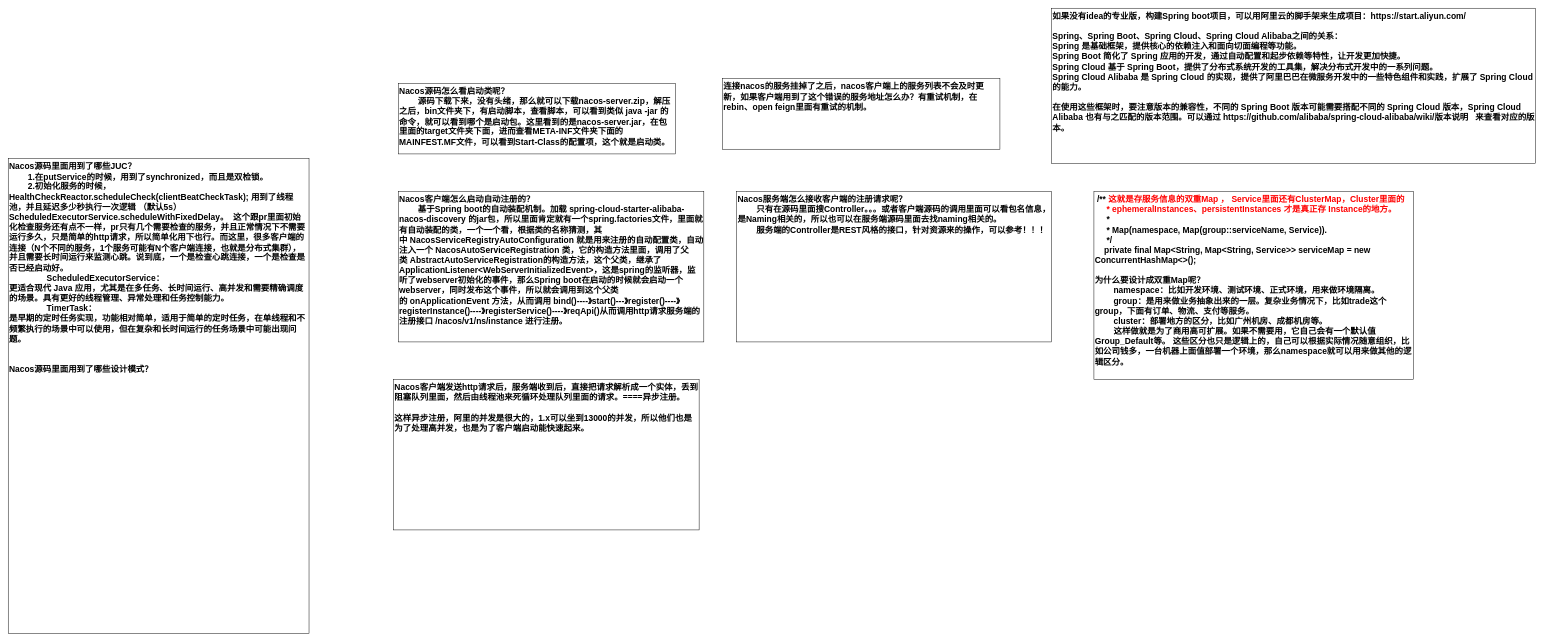
Earlier version of the draw.io diagram JAVA/Nacos.drawio (KGwolf/MyDraw). Source tidied: cells renumbered, new cells numbered last; positions are measured from the earlier drawing's top-left corner, leaving out a move shared by most shapes. Both pictures are drawn from the tidied source at 47%, with x=0, y=0 at pixel (8, 8).
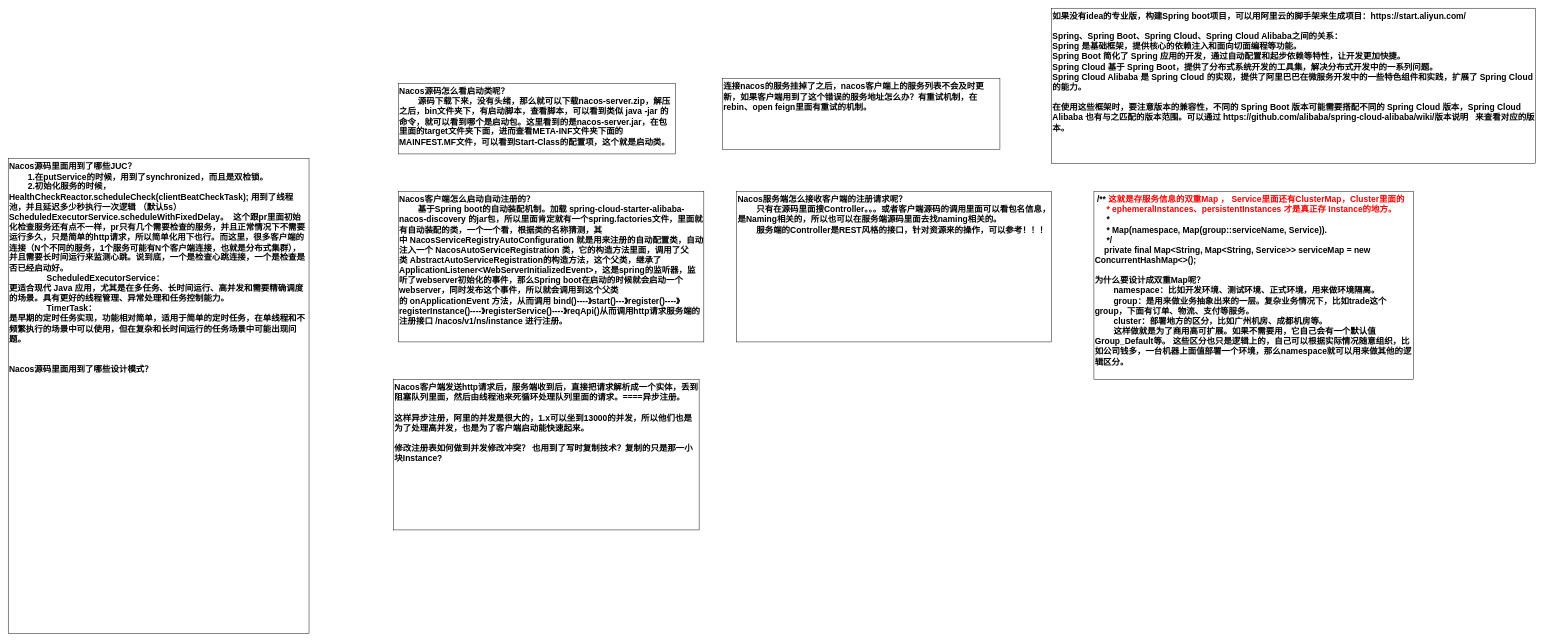
After the change.

The edit, as a diff of the source:
```diff
@@
 <mxGraphModel>
   <root>
     <mxCell id="0" />
     <mxCell id="1" parent="0" />
     <mxCell id="2" value="Nacos源码怎么看启动类呢？&lt;div&gt;&lt;span style=&quot;white-space: pre;&quot;&gt;&#9;&lt;/span&gt;源码下载下来，没有头绪，那么就可以下载nacos-server.zip，解压之后，bin文件夹下，有启动脚本，查看脚本，可以看到类似 java -jar 的命令，就可以看到哪个是启动包。这里看到的是nacos-server.jar，在包里面的target文件夹下面，进而查看META-INF文件夹下面的MAINFEST.MF文件，可以看到Start-Class的配置项，这个就是启动类。&lt;br&gt;&lt;/div&gt;" style="rounded=0;whiteSpace=wrap;html=1;fontSize=18;fontStyle=1;verticalAlign=top;align=left;" parent="1" vertex="1">
       <mxGeometry x="830" y="160" width="590" height="150" as="geometry" />
     </mxCell>
     <mxCell id="3" value="连接nacos的服务挂掉了之后，nacos客户端上的服务列表不会及时更新，如果客户端用到了这个错误的服务地址怎么办？有重试机制，在rebin、open feign里面有重试的机制。" style="rounded=0;whiteSpace=wrap;html=1;fontSize=18;fontStyle=1;verticalAlign=top;align=left;" parent="1" vertex="1">
       <mxGeometry x="1520" y="150" width="590" height="150" as="geometry" />
     </mxCell>
     <mxCell id="4" value="如果没有idea的专业版，构建Spring boot项目，可以用阿里云的脚手架来生成项目：https://start.aliyun.com/&lt;div&gt;&lt;br&gt;&lt;/div&gt;&lt;div&gt;Spring、Spring Boot、Spring Cloud、Spring Cloud Alibaba之间的关系：&lt;/div&gt;&lt;div&gt;&lt;div&gt;Spring 是基础框架，提供核心的依赖注入和面向切面编程等功能。&lt;/div&gt;&lt;div&gt;Spring Boot 简化了 Spring 应用的开发，通过自动配置和起步依赖等特性，让开发更加快捷。&lt;/div&gt;&lt;div&gt;Spring Cloud 基于 Spring Boot，提供了分布式系统开发的工具集，解决分布式开发中的一系列问题。&lt;/div&gt;&lt;div&gt;Spring Cloud Alibaba 是 Spring Cloud 的实现，提供了阿里巴巴在微服务开发中的一些特色组件和实践，扩展了 Spring Cloud 的能力。&lt;/div&gt;&lt;div&gt;&lt;br&gt;&lt;/div&gt;&lt;div&gt;在使用这些框架时，要注意版本的兼容性，不同的 Spring Boot 版本可能需要搭配不同的 Spring Cloud 版本，Spring Cloud Alibaba 也有与之匹配的版本范围。可以通过&amp;nbsp;https://github.com/alibaba/spring-cloud-alibaba/wiki/版本说明&amp;nbsp; &amp;nbsp;来查看对应的版本。&lt;/div&gt;&lt;/div&gt;" style="rounded=0;whiteSpace=wrap;html=1;fontSize=18;fontStyle=1;verticalAlign=top;align=left;" parent="1" vertex="1">
       <mxGeometry x="2220" width="1030" height="330" as="geometry" />
     </mxCell>
     <mxCell id="5" value="Nacos客户端怎么启动自动注册的？&lt;div&gt;&lt;span style=&quot;white-space: pre;&quot;&gt;&#9;&lt;/span&gt;基于Spring boot的自动装配机制。加载&amp;nbsp;spring-cloud-starter-alibaba-nacos-discovery 的jar包，所以里面肯定就有一个spring.factories文件，里面就有自动装配的类，一个一个看，根据类的名称猜测，其中&amp;nbsp;NacosServiceRegistryAutoConfiguration 就是用来注册的自动配置类，自动注入一个&amp;nbsp;NacosAutoServiceRegistration 类，它的构造方法里面，调用了父类&amp;nbsp;AbstractAutoServiceRegistration的构造方法，这个父类，继承了ApplicationListener&amp;lt;WebServerInitializedEvent&amp;gt;，这是spring的监听器，监听了webserver初始化的事件，那么Spring boot在启动的时候就会启动一个webserver，同时发布这个事件，所以就会调用到这个父类的&amp;nbsp;onApplicationEvent 方法，从而调用 bind()----》start()---》register()----》registerInstance()----》registerService()----》reqApi()从而调用http请求服务端的注册接口 /nacos/v1/ns/instance 进行注册。&lt;br&gt;&lt;/div&gt;" style="rounded=0;whiteSpace=wrap;html=1;fontSize=18;fontStyle=1;verticalAlign=top;align=left;" parent="1" vertex="1">
       <mxGeometry x="830" y="390" width="650" height="320" as="geometry" />
     </mxCell>
     <mxCell id="6" value="Nacos服务端怎么接收客户端的注册请求呢？&lt;div&gt;&lt;span style=&quot;white-space: pre;&quot;&gt;&#9;&lt;/span&gt;只有在源码里面搜Controller。。。或者客户端源码的调用里面可以看包名信息，是Naming相关的，所以也可以在服务端源码里面去找naming相关的。&lt;br&gt;&lt;/div&gt;&lt;div&gt;&lt;span style=&quot;white-space: pre;&quot;&gt;&#9;&lt;/span&gt;服务端的Controller是REST风格的接口，针对资源来的操作，可以参考！！！&lt;br&gt;&lt;/div&gt;" style="rounded=0;whiteSpace=wrap;html=1;fontSize=18;fontStyle=1;verticalAlign=top;align=left;" parent="1" vertex="1">
       <mxGeometry x="1550" y="390" width="670" height="320" as="geometry" />
     </mxCell>
     <mxCell id="7" value="&lt;div&gt;&lt;div&gt;&amp;nbsp;/** &lt;font style=&quot;color: rgb(255, 0, 0);&quot;&gt;这就是存服务信息的双重Map ， Service里面还有ClusterMap，Cluster里面的&lt;/font&gt;&lt;/div&gt;&lt;div&gt;&lt;font style=&quot;color: rgb(255, 0, 0);&quot;&gt;&amp;nbsp; &amp;nbsp; &amp;nbsp;*&amp;nbsp;ephemeralInstances、persistentInstances 才是真正存 Instance的地方。&lt;/font&gt;&lt;/div&gt;&lt;div&gt;&amp;nbsp; &amp;nbsp; &amp;nbsp;*&lt;/div&gt;&lt;div&gt;&amp;nbsp; &amp;nbsp; &amp;nbsp;* Map(namespace, Map(group::serviceName, Service)).&lt;/div&gt;&lt;div&gt;&amp;nbsp; &amp;nbsp; &amp;nbsp;*/&lt;/div&gt;&lt;div&gt;&amp;nbsp; &amp;nbsp; private final Map&amp;lt;String, Map&amp;lt;String, Service&amp;gt;&amp;gt; serviceMap = new ConcurrentHashMap&amp;lt;&amp;gt;();&lt;/div&gt;&lt;/div&gt;&lt;div&gt;&lt;br&gt;&lt;/div&gt;&lt;div&gt;为什么要设计成双重Map呢？&lt;/div&gt;&lt;div&gt;&lt;span style=&quot;white-space: pre;&quot;&gt;&#9;&lt;/span&gt;namespace：比如开发环境、测试环境、正式环境，用来做环境隔离。&lt;br&gt;&lt;/div&gt;&lt;div&gt;&lt;span style=&quot;white-space: pre;&quot;&gt;&#9;&lt;/span&gt;group：是用来做业务抽象出来的一层。复杂业务情况下，比如trade这个group，下面有订单、物流、支付等服务。&lt;br&gt;&lt;/div&gt;&lt;div&gt;&lt;span style=&quot;white-space: pre;&quot;&gt;&#9;&lt;/span&gt;cluster：部署地方的区分，比如广州机房、成都机房等。&lt;br&gt;&lt;/div&gt;&lt;div&gt;&lt;span style=&quot;white-space: pre;&quot;&gt;&#9;&lt;/span&gt;这样做就是为了商用高可扩展。如果不需要用，它自己会有一个默认值 Group_Default等。 这些区分也只是逻辑上的，自己可以根据实际情况随意组织，比如公司钱多，一台机器上面值部署一个环境，那么namespace就可以用来做其他的逻辑区分。&lt;br&gt;&lt;/div&gt;" style="rounded=0;whiteSpace=wrap;html=1;fontSize=18;fontStyle=1;verticalAlign=top;align=left;" parent="1" vertex="1">
       <mxGeometry x="2310" y="390" width="680" height="400" as="geometry" />
     </mxCell>
     <mxCell id="8" value="Nacos源码里面用到了哪些JUC？&lt;div&gt;&lt;span style=&quot;white-space: pre;&quot;&gt;&#9;&lt;/span&gt;1.在putService的时候，用到了synchronized，而且是双检锁。&lt;br&gt;&lt;/div&gt;&lt;div&gt;&lt;span style=&quot;white-space: pre;&quot;&gt;&#9;&lt;/span&gt;2.初始化服务的时候，HealthCheckReactor.scheduleCheck(clientBeatCheckTask); 用到了线程池，并且延迟多少秒执行一次逻辑 （默认5s） ScheduledExecutorService.scheduleWithFixedDelay。&amp;nbsp; 这个跟pr里面初始化检查服务还有点不一样，pr只有几个需要检查的服务，并且正常情况下不需要运行多久，只是简单的http请求，所以简单化用下也行。而这里，很多客户端的连接（N个不同的服务，1个服务可能有N个客户端连接，也就是分布式集群），并且需要长时间运行来监测心跳。说到底，一个是检查心跳连接，一个是检查是否已经启动好。&lt;br&gt;&lt;/div&gt;&lt;div&gt;&lt;span style=&quot;white-space: pre;&quot;&gt;&#9;&lt;/span&gt;&lt;span style=&quot;white-space: pre;&quot;&gt;&#9;&lt;/span&gt;&lt;span style=&quot;background-color: transparent;&quot;&gt;ScheduledExecutorService：&lt;br&gt;更适合现代 Java 应用，尤其是在多任务、长时间运行、高并发和需要精确调度的场景。具有更好的线程管理、异常处理和任务控制能力。&amp;nbsp;&lt;/span&gt;&lt;/div&gt;&lt;div&gt;&lt;span style=&quot;background-color: transparent;&quot;&gt;&lt;span style=&quot;white-space: pre;&quot;&gt;&#9;&lt;/span&gt;&lt;span style=&quot;white-space: pre;&quot;&gt;&#9;&lt;/span&gt;TimerTask：&lt;br&gt;是早期的定时任务实现，功能相对简单，适用于简单的定时任务，在单线程和不频繁执行的场景中可以使用，但在复杂和长时间运行的任务场景中可能出现问题。&lt;/span&gt;&lt;br&gt;&lt;/div&gt;&lt;div&gt;&lt;br&gt;&lt;/div&gt;&lt;div&gt;&lt;br&gt;&lt;/div&gt;&lt;div&gt;Nacos源码里面用到了哪些设计模式？&lt;/div&gt;" style="rounded=0;whiteSpace=wrap;html=1;fontSize=18;fontStyle=1;verticalAlign=top;align=left;" parent="1" vertex="1">
       <mxGeometry y="320" width="640" height="1010" as="geometry" />
     </mxCell>
-    <mxCell id="9" value="Nacos客户端发送http请求后，服务端收到后，直接把请求解析成一个实体，丢到阻塞队列里面，然后由线程池来死循环处理队列里面的请求。====异步注册。&lt;div&gt;&lt;br&gt;&lt;/div&gt;&lt;div&gt;这样异步注册，阿里的并发是很大的，1.x可以坐到13000的并发，所以他们也是为了处理高并发，也是为了客户端启动能快速起来。&lt;/div&gt;" style="rounded=0;whiteSpace=wrap;html=1;fontSize=18;fontStyle=1;verticalAlign=top;align=left;" parent="1" vertex="1">
+    <mxCell id="9" value="Nacos客户端发送http请求后，服务端收到后，直接把请求解析成一个实体，丢到阻塞队列里面，然后由线程池来死循环处理队列里面的请求。====异步注册。&lt;div&gt;&lt;br&gt;&lt;/div&gt;&lt;div&gt;这样异步注册，阿里的并发是很大的，1.x可以坐到13000的并发，所以他们也是为了处理高并发，也是为了客户端启动能快速起来。&lt;/div&gt;&lt;div&gt;&lt;br&gt;&lt;/div&gt;&lt;div&gt;修改注册表如何做到并发修改冲突？ 也用到了写时复制技术？复制的只是那一小块Instance?&lt;/div&gt;" style="rounded=0;whiteSpace=wrap;html=1;fontSize=18;fontStyle=1;verticalAlign=top;align=left;" parent="1" vertex="1">
       <mxGeometry x="820" y="790" width="650" height="320" as="geometry" />
     </mxCell>
   </root>
 </mxGraphModel>
```
